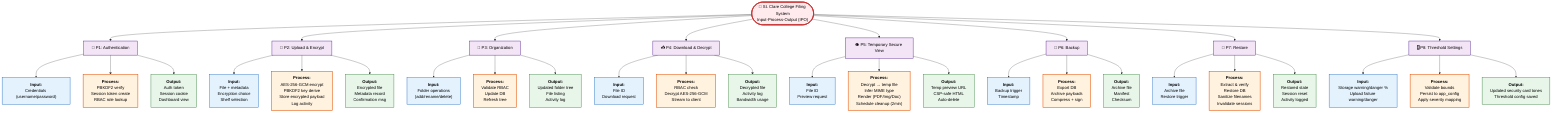
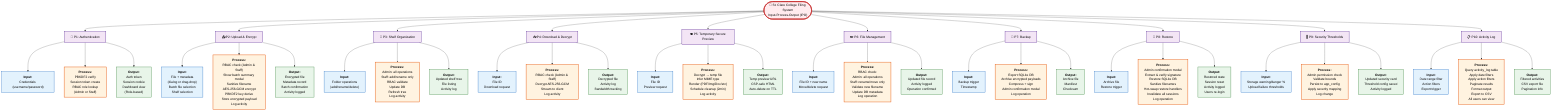
flowchart TB
  ROOT(["🏢 St. Clare College Filing System<br/>Input-Process-Output (IPO)"])

  ROOT --> Auth["🔐 P1: Authentication"]
  Auth --> AuthIn["<b>Input:</b><br/>Credentials (username/password)"]
-   Auth --> AuthProc["<b>Process:</b><br/>PBKDF2 verify<br/>Session token create<br/>RBAC role lookup"]
-   Auth --> AuthOut["<b>Output:</b><br/>Auth token<br/>Session cookie<br/>Dashboard view"]
+   Auth --> AuthProc["<b>Process:</b><br/>PBKDF2 verify<br/>Session token create<br/>RBAC role lookup<br/>(Admin or Staff)"]
+   Auth --> AuthOut["<b>Output:</b><br/>Auth token<br/>Session cookie<br/>Dashboard view<br/>(Role-based)"]

-   ROOT --> Upload["📄 P2: Upload & Encrypt"]
-   Upload --> UpIn["<b>Input:</b><br/>File + metadata<br/>Encryption choice<br/>Shelf selection"]
-   Upload --> UpProc["<b>Process:</b><br/>AES-256-GCM encrypt<br/>PBKDF2 key derive<br/>Store encrypted payload<br/>Log activity"]
-   Upload --> UpOut["<b>Output:</b><br/>Encrypted file<br/>Metadata record<br/>Confirmation msg"]
+   ROOT --> Upload["📤 P2: Upload & Encrypt"]
+   Upload --> UpIn["<b>Input:</b><br/>File + metadata<br/>(dialog or drag-drop)<br/>Batch file selection<br/>Shelf selection"]
+   Upload --> UpProc["<b>Process:</b><br/>RBAC check (Admin & Staff)<br/>Show batch summary modal<br/>Sanitize filename<br/>AES-256-GCM encrypt<br/>PBKDF2 key derive<br/>Store encrypted payload<br/>Log activity"]
+   Upload --> UpOut["<b>Output:</b><br/>Encrypted file<br/>Metadata record<br/>Batch confirmation<br/>Activity logged"]

-   ROOT --> Org["📁 P3: Organization"]
+   ROOT --> Org["📁 P3: Shelf Organization"]
  Org --> OrgIn["<b>Input:</b><br/>Folder operations<br/>(add/rename/delete)"]
-   Org --> OrgProc["<b>Process:</b><br/>Validate RBAC<br/>Update DB<br/>Refresh tree"]
-   Org --> OrgOut["<b>Output:</b><br/>Updated folder tree<br/>File listing<br/>Activity log"]
+   Org --> OrgProc["<b>Process:</b><br/>Admin: all operations<br/>Staff: add/rename only<br/>RBAC validate<br/>Update DB<br/>Refresh tree<br/>Log activity"]
+   Org --> OrgOut["<b>Output:</b><br/>Updated shelf tree<br/>File listing<br/>Activity log"]

  ROOT --> Download["📥 P4: Download & Decrypt"]
  Download --> DownIn["<b>Input:</b><br/>File ID<br/>Download request"]
-   Download --> DownProc["<b>Process:</b><br/>RBAC check<br/>Decrypt AES-256-GCM<br/>Stream to client"]
-   Download --> DownOut["<b>Output:</b><br/>Decrypted file<br/>Activity log<br/>Bandwidth usage"]
+   Download --> DownProc["<b>Process:</b><br/>RBAC check (Admin & Staff)<br/>Decrypt AES-256-GCM<br/>Stream to client<br/>Log activity"]
+   Download --> DownOut["<b>Output:</b><br/>Decrypted file<br/>Activity log<br/>Bandwidth tracking"]

-   ROOT --> View["👁️ P5: Temporary Secure View"]
+   ROOT --> View["👁️ P5: Temporary Secure Preview"]
  View --> ViewIn["<b>Input:</b><br/>File ID<br/>Preview request"]
-   View --> ViewProc["<b>Process:</b><br/>Decrypt → temp file<br/>Infer MIME type<br/>Render (PDF/Img/Doc)<br/>Schedule cleanup (2min)"]
-   View --> ViewOut["<b>Output:</b><br/>Temp preview URL<br/>CSP-safe HTML<br/>Auto-delete"]
+   View --> ViewProc["<b>Process:</b><br/>Decrypt → temp file<br/>Infer MIME type<br/>Render (PDF/Img/Doc/etc)<br/>Schedule cleanup (2min)<br/>Log activity"]
+   View --> ViewOut["<b>Output:</b><br/>Temp preview URL<br/>CSP-safe HTML<br/>Auto-delete on TTL"]

-   ROOT --> Backup["💾 P6: Backup"]
+   ROOT --> FileMgmt["✏️ P6: File Management"]
+   FileMgmt --> FmIn["<b>Input:</b><br/>File ID + new name<br/>Move/delete request"]
+   FileMgmt --> FmProc["<b>Process:</b><br/>RBAC check:<br/>  Admin: all operations<br/>  Staff: rename/move only<br/>Validate new filename<br/>Update DB metadata<br/>Log operation"]
+   FileMgmt --> FmOut["<b>Output:</b><br/>Updated file record<br/>Activity logged<br/>Operation confirmed"]
+ 
+   ROOT --> Backup["💾 P7: Backup"]
  Backup --> BackIn["<b>Input:</b><br/>Backup trigger<br/>Timestamp"]
-   Backup --> BackProc["<b>Process:</b><br/>Export DB<br/>Archive payloads<br/>Compress + sign"]
+   Backup --> BackProc["<b>Process:</b><br/>Export SQLite DB<br/>Archive encrypted payloads<br/>Compress + sign<br/>Admin confirmation modal<br/>Log operation"]
  Backup --> BackOut["<b>Output:</b><br/>Archive file<br/>Manifest<br/>Checksum"]

-   ROOT --> Restore["🔄 P7: Restore"]
+   ROOT --> Restore["🔄 P8: Restore"]
  Restore --> RestIn["<b>Input:</b><br/>Archive file<br/>Restore trigger"]
-   Restore --> RestProc["<b>Process:</b><br/>Extract & verify<br/>Restore DB<br/>Sanitize filenames<br/>Invalidate sessions"]
-   Restore --> RestOut["<b>Output:</b><br/>Restored state<br/>Session reset<br/>Activity logged"]
+   Restore --> RestProc["<b>Process:</b><br/>Admin confirmation modal<br/>Extract & verify signature<br/>Restore SQLite DB<br/>Sanitize filenames<br/>Hot-swap restore handlers<br/>Invalidate all sessions<br/>Log operation"]
+   Restore --> RestOut["<b>Output:</b><br/>Restored state<br/>Session reset<br/>Activity logged<br/>Users re-login"]

-   ROOT --> Thresholds["🎚 P8: Threshold Settings"]
-   Thresholds --> ThrIn["<b>Input:</b><br/>Storage warning/danger %<br/>Upload failure warning/danger"]
-   Thresholds --> ThrProc["<b>Process:</b><br/>Validate bounds<br/>Persist to app_config<br/>Apply severity mapping"]
-   Thresholds --> ThrOut["<b>Output:</b><br/>Updated security card tones<br/>Threshold config saved"]
+   ROOT --> Thresholds["🎚️ P9: Security Thresholds"]
+   Thresholds --> ThrIn["<b>Input:</b><br/>Storage warning/danger %<br/>Upload failure thresholds"]
+   Thresholds --> ThrProc["<b>Process:</b><br/>Admin permission check<br/>Validate bounds<br/>Persist to app_config<br/>Apply severity mapping<br/>Log change"]
+   Thresholds --> ThrOut["<b>Output:</b><br/>Updated security card<br/>Threshold config saved<br/>Activity logged"]
+ 
+   ROOT --> ActivityLog["📋 P10: Activity Log"]
+   ActivityLog --> ActIn["<b>Input:</b><br/>Date range filter<br/>Action filters<br/>Export trigger"]
+   ActivityLog --> ActProc["<b>Process:</b><br/>Query activity_log table<br/>Apply date filters<br/>Apply action filters<br/>Paginate results<br/>Format output<br/>Export to CSV<br/>All users can view"]
+   ActivityLog --> ActOut["<b>Output:</b><br/>Filtered activities<br/>CSV export file<br/>Pagination info"]

  classDef input fill:#e3f2fd,stroke:#1565c0,stroke-width:1.5px,color:#000
  classDef process fill:#fff3e0,stroke:#e65100,stroke-width:2px,color:#000
  classDef output fill:#e8f5e9,stroke:#2e7d32,stroke-width:1.5px,color:#000
  classDef title fill:#ffebee,stroke:#c62828,stroke-width:3px,color:#000
  classDef step fill:#f3e5f5,stroke:#4a148c,stroke-width:1.5px,color:#000

  class ROOT title
-   class AuthIn,UpIn,OrgIn,DownIn,ViewIn,BackIn,RestIn,ThrIn input
-   class AuthProc,UpProc,OrgProc,DownProc,ViewProc,BackProc,RestProc,ThrProc process
-   class AuthOut,UpOut,OrgOut,DownOut,ViewOut,BackOut,RestOut,ThrOut output
-   class Auth,Upload,Org,Download,View,Backup,Restore,Thresholds step+   class AuthIn,UpIn,OrgIn,DownIn,ViewIn,FmIn,BackIn,RestIn,ThrIn,ActIn input
+   class AuthProc,UpProc,OrgProc,DownProc,ViewProc,FmProc,BackProc,RestProc,ThrProc,ActProc process
+   class AuthOut,UpOut,OrgOut,DownOut,ViewOut,FmOut,BackOut,RestOut,ThrOut,ActOut output
+   class Auth,Upload,Org,Download,View,FileMgmt,Backup,Restore,Thresholds,ActivityLog step